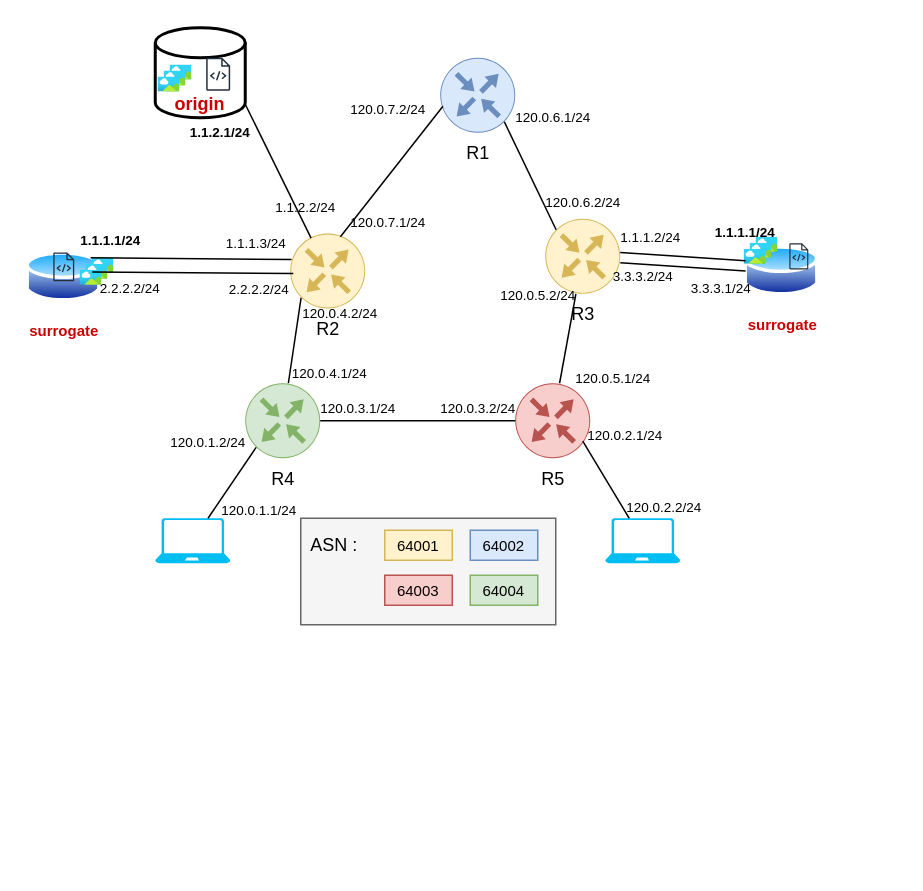
Before: diagram.drawio in Kitio-Tek/CDN-Project, a draw.io diagram. Source tidied: cells renumbered, new cells numbered last; positions are measured from the earlier drawing's top-left corner, leaving out a move shared by most shapes. Both pictures are drawn from the tidied source at 150%, with x=0, y=0 at pixel (26, 27).
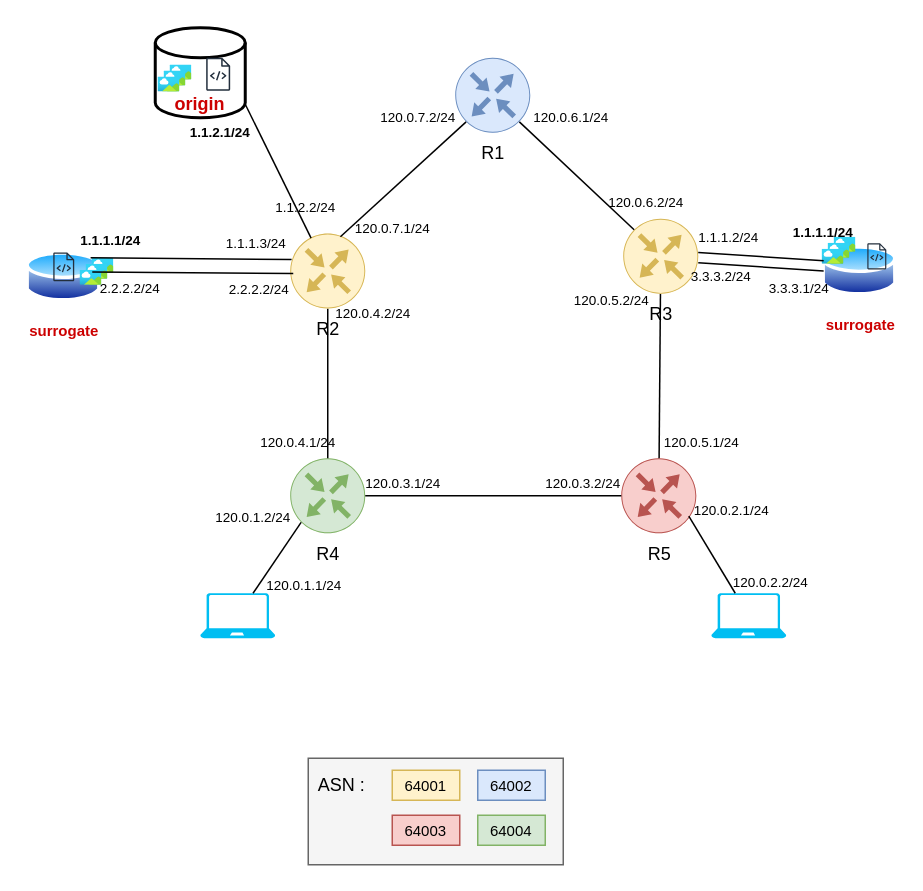
The same diagram, later.

The change refers to these unchanged cells:
```xml
<mxCell id="37" value="R2" style="sketch=0;points=[[0.5,0,0],[1,0.5,0],[0.5,1,0],[0,0.5,0],[0.145,0.145,0],[0.8555,0.145,0],[0.855,0.8555,0],[0.145,0.855,0]];verticalLabelPosition=bottom;html=1;verticalAlign=top;align=center;shape=mxgraph.cisco19.rect;prIcon=router;fillColor=#fff2cc;strokeColor=#d6b656;" parent="1" vertex="1">
  <mxGeometry x="176" y="137.2" width="50" height="50" as="geometry" />
</mxCell>
```

Diff of the diagram source:
```diff
@@
     <mxCell id="2" style="rounded=0;whiteSpace=wrap;html=1;fillColor=#f5f5f5;fontColor=#333333;strokeColor=#666666;" parent="1" vertex="1">
-      <mxGeometry x="183" y="327" width="170" height="71" as="geometry" />
+      <mxGeometry x="188" y="487" width="170" height="71" as="geometry" />
     </mxCell>
     <mxCell id="3" value="R4" style="sketch=0;points=[[0.5,0,0],[1,0.5,0],[0.5,1,0],[0,0.5,0],[0.145,0.145,0],[0.8555,0.145,0],[0.855,0.8555,0],[0.145,0.855,0]];verticalLabelPosition=bottom;html=1;verticalAlign=top;align=center;shape=mxgraph.cisco19.rect;prIcon=router;fillColor=#d5e8d4;strokeColor=#82b366;" parent="1" vertex="1">
-      <mxGeometry x="146" y="237" width="50" height="50" as="geometry" />
+      <mxGeometry x="176" y="287" width="50" height="50" as="geometry" />
     </mxCell>
     <mxCell id="4" value="R5" style="sketch=0;points=[[0.5,0,0],[1,0.5,0],[0.5,1,0],[0,0.5,0],[0.145,0.145,0],[0.8555,0.145,0],[0.855,0.8555,0],[0.145,0.855,0]];verticalLabelPosition=bottom;html=1;verticalAlign=top;align=center;shape=mxgraph.cisco19.rect;prIcon=router;fillColor=#f8cecc;strokeColor=#b85450;" parent="1" vertex="1">
-      <mxGeometry x="326" y="237" width="50" height="50" as="geometry" />
+      <mxGeometry x="396.7" y="287" width="50" height="50" as="geometry" />
     </mxCell>
@@
     <mxCell id="6" value="&lt;font color=&quot;#cc0000&quot; style=&quot;font-size: 10px;&quot;&gt;&lt;b&gt;surrogate&lt;/b&gt;&lt;/font&gt;" style="image;perimeter=ellipsePerimeter;html=1;align=center;shadow=0;dashed=0;spacingTop=3;image=img/lib/active_directory/database.svg;imageBackground=none;" parent="1" vertex="1">
-      <mxGeometry x="478.7" y="143.8" width="50" height="37" as="geometry" />
+      <mxGeometry x="530.7" y="143.8" width="50" height="37" as="geometry" />
     </mxCell>
@@
     <mxCell id="8" value="R1" style="sketch=0;points=[[0.5,0,0],[1,0.5,0],[0.5,1,0],[0,0.5,0],[0.145,0.145,0],[0.8555,0.145,0],[0.855,0.8555,0],[0.145,0.855,0]];verticalLabelPosition=bottom;html=1;verticalAlign=top;align=center;shape=mxgraph.cisco19.rect;prIcon=router;fillColor=#dae8fc;strokeColor=#6c8ebf;" parent="1" vertex="1">
-      <mxGeometry x="276" y="20" width="50" height="50" as="geometry" />
+      <mxGeometry x="286" y="20" width="50" height="50" as="geometry" />
     </mxCell>
@@
     <mxCell id="11" style="sketch=0;fontColor=#232F3E;gradientColor=none;fillColor=#232F3D;strokeColor=none;dashed=0;verticalLabelPosition=bottom;verticalAlign=top;align=center;html=1;fontSize=12;fontStyle=0;shape=mxgraph.aws4.source_code;" parent="1" vertex="1">
-      <mxGeometry x="508.7" y="143.7" width="12.7" height="17.4" as="geometry" />
+      <mxGeometry x="560.7" y="143.7" width="12.7" height="17.4" as="geometry" />
     </mxCell>
     <mxCell id="12" style="verticalLabelPosition=bottom;html=1;verticalAlign=top;align=center;strokeColor=none;fillColor=#00BEF2;shape=mxgraph.azure.laptop;" parent="1" vertex="1">
-      <mxGeometry x="86" y="327" width="50" height="30" as="geometry" />
+      <mxGeometry x="116" y="377" width="50" height="30" as="geometry" />
     </mxCell>
     <mxCell id="13" style="verticalLabelPosition=bottom;html=1;verticalAlign=top;align=center;strokeColor=none;fillColor=#00BEF2;shape=mxgraph.azure.laptop;" parent="1" vertex="1">
-      <mxGeometry x="386" y="327" width="50" height="30" as="geometry" />
+      <mxGeometry x="456.7" y="377" width="50" height="30" as="geometry" />
     </mxCell>
@@
     <mxCell id="20" style="image;html=1;align=center;fontSize=12;image=img/lib/azure2/general/Image.svg;" parent="1" vertex="1">
-      <mxGeometry x="486.7" y="139.8" width="14.6" height="10" as="geometry" />
+      <mxGeometry x="538.7" y="139.8" width="14.6" height="10" as="geometry" />
     </mxCell>
     <mxCell id="21" style="image;html=1;align=center;fontSize=12;image=img/lib/azure2/general/Image.svg;" parent="1" vertex="1">
-      <mxGeometry x="482.7" y="143.8" width="14.6" height="10" as="geometry" />
+      <mxGeometry x="534.7" y="143.8" width="14.6" height="10" as="geometry" />
     </mxCell>
     <mxCell id="22" style="image;html=1;align=center;fontSize=12;image=img/lib/azure2/general/Image.svg;" parent="1" vertex="1">
-      <mxGeometry x="478.7" y="147.8" width="14.6" height="10" as="geometry" />
+      <mxGeometry x="530.7" y="147.8" width="14.6" height="10" as="geometry" />
     </mxCell>
@@
     <mxCell id="26" value="&lt;font style=&quot;font-size: 9px;&quot;&gt;120.0.1.1/24&lt;/font&gt;" style="text;html=1;align=center;verticalAlign=middle;strokeColor=none;fillColor=none;fontSize=9;" parent="1" vertex="1">
-      <mxGeometry x="120" y="312" width="70" height="20" as="geometry" />
+      <mxGeometry x="150" y="362" width="70" height="20" as="geometry" />
     </mxCell>
     <mxCell id="27" value="&lt;font style=&quot;font-size: 9px;&quot;&gt;120.0.1.2/24&lt;/font&gt;" style="text;html=1;align=center;verticalAlign=middle;strokeColor=none;fillColor=none;fontSize=9;" parent="1" vertex="1">
-      <mxGeometry x="86" y="267" width="70" height="20" as="geometry" />
+      <mxGeometry x="116" y="317" width="70" height="20" as="geometry" />
     </mxCell>
     <mxCell id="28" value="&lt;font style=&quot;font-size: 9px;&quot;&gt;120.0.2.1/24&lt;/font&gt;" style="text;html=1;align=center;verticalAlign=middle;strokeColor=none;fillColor=none;fontSize=9;" parent="1" vertex="1">
-      <mxGeometry x="364.1" y="262" width="70" height="20" as="geometry" />
+      <mxGeometry x="434.8" y="312" width="70" height="20" as="geometry" />
     </mxCell>
     <mxCell id="29" value="&lt;font style=&quot;font-size: 9px;&quot;&gt;120.0.2.2/24&lt;/font&gt;" style="text;html=1;align=center;verticalAlign=middle;strokeColor=none;fillColor=none;fontSize=9;" parent="1" vertex="1">
-      <mxGeometry x="390" y="310" width="70" height="20" as="geometry" />
+      <mxGeometry x="460.7" y="360" width="70" height="20" as="geometry" />
     </mxCell>
     <mxCell id="30" value="&lt;font style=&quot;font-size: 9px;&quot;&gt;120.0.3.1/24&lt;/font&gt;" style="text;html=1;align=center;verticalAlign=middle;strokeColor=none;fillColor=none;fontSize=9;" parent="1" vertex="1">
-      <mxGeometry x="186" y="244" width="70" height="20" as="geometry" />
+      <mxGeometry x="216" y="294" width="70" height="20" as="geometry" />
     </mxCell>
     <mxCell id="31" value="&lt;font style=&quot;font-size: 9px;&quot;&gt;120.0.3.2/24&lt;/font&gt;" style="text;html=1;align=center;verticalAlign=middle;strokeColor=none;fillColor=none;fontSize=9;" parent="1" vertex="1">
-      <mxGeometry x="266" y="244" width="70" height="20" as="geometry" />
+      <mxGeometry x="336" y="294" width="70" height="20" as="geometry" />
     </mxCell>
@@
     <mxCell id="33" value="R3" style="sketch=0;points=[[0.5,0,0],[1,0.5,0],[0.5,1,0],[0,0.5,0],[0.145,0.145,0],[0.8555,0.145,0],[0.855,0.8555,0],[0.145,0.855,0]];verticalLabelPosition=bottom;html=1;verticalAlign=top;align=center;shape=mxgraph.cisco19.rect;prIcon=router;fillColor=#fff2cc;strokeColor=#d6b656;horizontal=1;" parent="1" vertex="1">
-      <mxGeometry x="346" y="127.4" width="50" height="50" as="geometry" />
+      <mxGeometry x="398" y="127.4" width="50" height="50" as="geometry" />
     </mxCell>
     <mxCell id="34" style="rounded=0;orthogonalLoop=1;jettySize=auto;html=1;entryX=0.017;entryY=0.422;entryDx=0;entryDy=0;entryPerimeter=0;endArrow=none;endFill=0;" parent="1" edge="1">
       <mxGeometry relative="1" as="geometry">
-        <mxPoint x="396" y="149.8" as="sourcePoint" />
-        <mxPoint x="479.6" y="155.3" as="targetPoint" />
+        <mxPoint x="448" y="149.8" as="sourcePoint" />
+        <mxPoint x="531.6" y="155.3" as="targetPoint" />
       </mxGeometry>
     </mxCell>
-    <mxCell id="35" style="rounded=0;jettySize=auto;html=1;exitX=0.145;exitY=0.855;exitDx=0;exitDy=0;exitPerimeter=0;endArrow=none;endFill=0;" parent="1" edge="1" source="37" target="3">
+    <mxCell id="35" style="rounded=0;jettySize=auto;html=1;exitX=0.5;exitY=1;exitDx=0;exitDy=0;exitPerimeter=0;endArrow=none;endFill=0;" parent="1" edge="1" source="37" target="3">
       <mxGeometry relative="1" as="geometry" />
     </mxCell>
@@
     <mxCell id="39" value="&lt;font style=&quot;font-size: 9px;&quot;&gt;1.1.1.1/24&lt;/font&gt;" style="text;html=1;align=center;verticalAlign=middle;strokeColor=none;fillColor=none;fontSize=9;fontStyle=1;" parent="1" vertex="1">
-      <mxGeometry x="448.7" y="127.4" width="60" height="20" as="geometry" />
+      <mxGeometry x="500.7" y="127.4" width="60" height="20" as="geometry" />
     </mxCell>
-    <mxCell id="40" style="rounded=0;jettySize=auto;html=1;exitX=0.669;exitY=0.042;exitDx=0;exitDy=0;exitPerimeter=0;entryX=0.036;entryY=0.646;entryDx=0;entryDy=0;entryPerimeter=0;endArrow=none;endFill=0;" parent="1" edge="1" source="37" target="8">
+    <mxCell id="40" style="rounded=0;jettySize=auto;html=1;exitX=0.669;exitY=0.042;exitDx=0;exitDy=0;exitPerimeter=0;entryX=0.145;entryY=0.855;entryDx=0;entryDy=0;entryPerimeter=0;endArrow=none;endFill=0;" parent="1" edge="1" source="37" target="8">
       <mxGeometry relative="1" as="geometry" />
     </mxCell>
     <mxCell id="41" value="&lt;font style=&quot;font-size: 9px;&quot;&gt;120.0.4.1/24&lt;/font&gt;" style="text;html=1;align=center;verticalAlign=middle;strokeColor=none;fillColor=none;fontSize=9;" parent="1" vertex="1">
-      <mxGeometry x="167" y="221" width="70" height="20" as="geometry" />
+      <mxGeometry x="146" y="267" width="70" height="20" as="geometry" />
     </mxCell>
     <mxCell id="42" value="&lt;font style=&quot;font-size: 9px;&quot;&gt;120.0.5.1/24&lt;/font&gt;" style="text;html=1;align=center;verticalAlign=middle;strokeColor=none;fillColor=none;fontSize=9;" parent="1" vertex="1">
-      <mxGeometry x="356" y="224" width="70" height="20" as="geometry" />
+      <mxGeometry x="415.3" y="267" width="70" height="20" as="geometry" />
     </mxCell>
     <mxCell id="43" value="&lt;font style=&quot;font-size: 9px;&quot;&gt;120.0.4.2/24&lt;/font&gt;" style="text;html=1;align=center;verticalAlign=middle;strokeColor=none;fillColor=none;fontSize=9;" parent="1" vertex="1">
-      <mxGeometry x="174" y="181" width="70" height="20" as="geometry" />
+      <mxGeometry x="196" y="180.8" width="70" height="20" as="geometry" />
     </mxCell>
     <mxCell id="44" value="&lt;font style=&quot;font-size: 9px;&quot;&gt;120.0.5.2/24&lt;/font&gt;" style="text;html=1;align=center;verticalAlign=middle;strokeColor=none;fillColor=none;fontSize=9;" parent="1" vertex="1">
-      <mxGeometry x="306" y="169" width="70" height="20" as="geometry" />
+      <mxGeometry x="354.7" y="171.8" width="70" height="20" as="geometry" />
     </mxCell>
     <mxCell id="45" value="&lt;font style=&quot;font-size: 9px;&quot;&gt;1.1.1.2/24&lt;/font&gt;" style="text;html=1;align=center;verticalAlign=middle;strokeColor=none;fillColor=none;fontSize=9;fontStyle=0;" parent="1" vertex="1">
-      <mxGeometry x="386" y="129.8" width="60" height="20" as="geometry" />
+      <mxGeometry x="438" y="129.8" width="60" height="20" as="geometry" />
     </mxCell>
@@
     <mxCell id="47" value="&lt;font style=&quot;font-size: 9px;&quot;&gt;120.0.6.2/24&lt;/font&gt;" style="text;html=1;align=center;verticalAlign=middle;strokeColor=none;fillColor=none;fontSize=9;" parent="1" vertex="1">
-      <mxGeometry x="336" y="107.4" width="70" height="20" as="geometry" />
+      <mxGeometry x="378" y="107.4" width="70" height="20" as="geometry" />
     </mxCell>
     <mxCell id="48" value="&lt;font style=&quot;font-size: 9px;&quot;&gt;120.0.6.1/24&lt;/font&gt;" style="text;html=1;align=center;verticalAlign=middle;strokeColor=none;fillColor=none;fontSize=9;" parent="1" vertex="1">
-      <mxGeometry x="316" y="50" width="70" height="20" as="geometry" />
+      <mxGeometry x="328" y="50" width="70" height="20" as="geometry" />
     </mxCell>
@@
     <mxCell id="50" value="&lt;font style=&quot;font-size: 9px;&quot;&gt;120.0.7.2/24&lt;/font&gt;" style="text;html=1;align=center;verticalAlign=middle;strokeColor=none;fillColor=none;fontSize=9;" parent="1" vertex="1">
-      <mxGeometry x="206" y="45" width="70" height="20" as="geometry" />
+      <mxGeometry x="226" y="50" width="70" height="20" as="geometry" />
     </mxCell>
     <mxCell id="51" value="&lt;font style=&quot;font-size: 9px;&quot;&gt;120.0.7.1/24&lt;/font&gt;" style="text;html=1;align=center;verticalAlign=middle;strokeColor=none;fillColor=none;fontSize=9;" parent="1" vertex="1">
-      <mxGeometry x="206" y="119.8" width="70" height="20" as="geometry" />
+      <mxGeometry x="208.7" y="123.8" width="70" height="20" as="geometry" />
     </mxCell>
@@
     <mxCell id="55" value="&lt;font style=&quot;font-size: 10px;&quot;&gt;64001&lt;/font&gt;" style="text;html=1;align=center;verticalAlign=middle;whiteSpace=wrap;rounded=0;fillColor=#fff2cc;strokeColor=#d6b656;" parent="1" vertex="1">
-      <mxGeometry x="239" y="335" width="45" height="20" as="geometry" />
+      <mxGeometry x="244" y="495" width="45" height="20" as="geometry" />
     </mxCell>
     <mxCell id="56" value="&lt;font style=&quot;font-size: 10px;&quot;&gt;64003&lt;/font&gt;" style="text;html=1;align=center;verticalAlign=middle;whiteSpace=wrap;rounded=0;fillColor=#f8cecc;strokeColor=#b85450;" parent="1" vertex="1">
-      <mxGeometry x="239" y="365" width="45" height="20" as="geometry" />
+      <mxGeometry x="244" y="525" width="45" height="20" as="geometry" />
     </mxCell>
     <mxCell id="57" value="&lt;font style=&quot;font-size: 10px;&quot;&gt;64002&lt;/font&gt;" style="text;html=1;align=center;verticalAlign=middle;whiteSpace=wrap;rounded=0;fillColor=#dae8fc;strokeColor=#6c8ebf;" parent="1" vertex="1">
-      <mxGeometry x="296" y="335" width="45" height="20" as="geometry" />
+      <mxGeometry x="301" y="495" width="45" height="20" as="geometry" />
     </mxCell>
     <mxCell id="58" value="&lt;font style=&quot;font-size: 10px;&quot;&gt;64004&lt;/font&gt;" style="text;html=1;align=center;verticalAlign=middle;whiteSpace=wrap;rounded=0;fillColor=#d5e8d4;strokeColor=#82b366;" parent="1" vertex="1">
-      <mxGeometry x="296" y="365" width="45" height="20" as="geometry" />
+      <mxGeometry x="301" y="525" width="45" height="20" as="geometry" />
     </mxCell>
     <mxCell id="59" value="ASN :" style="text;html=1;align=center;verticalAlign=middle;strokeColor=none;fillColor=none;" parent="1" vertex="1">
-      <mxGeometry x="180" y="330" width="50" height="30" as="geometry" />
+      <mxGeometry x="185" y="490" width="50" height="30" as="geometry" />
     </mxCell>
     <mxCell id="60" style="rounded=0;orthogonalLoop=1;jettySize=auto;html=1;entryX=0.017;entryY=0.422;entryDx=0;entryDy=0;entryPerimeter=0;endArrow=none;endFill=0;" parent="1" edge="1">
       <mxGeometry relative="1" as="geometry">
-        <mxPoint x="396" y="156.7" as="sourcePoint" />
-        <mxPoint x="479.6" y="162.1" as="targetPoint" />
+        <mxPoint x="448" y="156.7" as="sourcePoint" />
+        <mxPoint x="531.6" y="162.1" as="targetPoint" />
       </mxGeometry>
     </mxCell>
     <mxCell id="61" value="&lt;font style=&quot;font-size: 9px;&quot;&gt;3.3.3.2/24&lt;/font&gt;" style="text;html=1;align=center;verticalAlign=middle;strokeColor=none;fillColor=none;fontSize=9;fontStyle=0;" parent="1" vertex="1">
-      <mxGeometry x="381" y="156.3" width="60" height="20" as="geometry" />
+      <mxGeometry x="433" y="156.3" width="60" height="20" as="geometry" />
     </mxCell>
     <mxCell id="62" value="&lt;font style=&quot;font-size: 9px;&quot;&gt;3.3.3.1/24&lt;/font&gt;" style="text;html=1;align=center;verticalAlign=middle;strokeColor=none;fillColor=none;fontSize=9;fontStyle=0;" parent="1" vertex="1">
-      <mxGeometry x="433.3" y="163.8" width="60" height="20" as="geometry" />
+      <mxGeometry x="485.3" y="163.8" width="60" height="20" as="geometry" />
     </mxCell>
```
